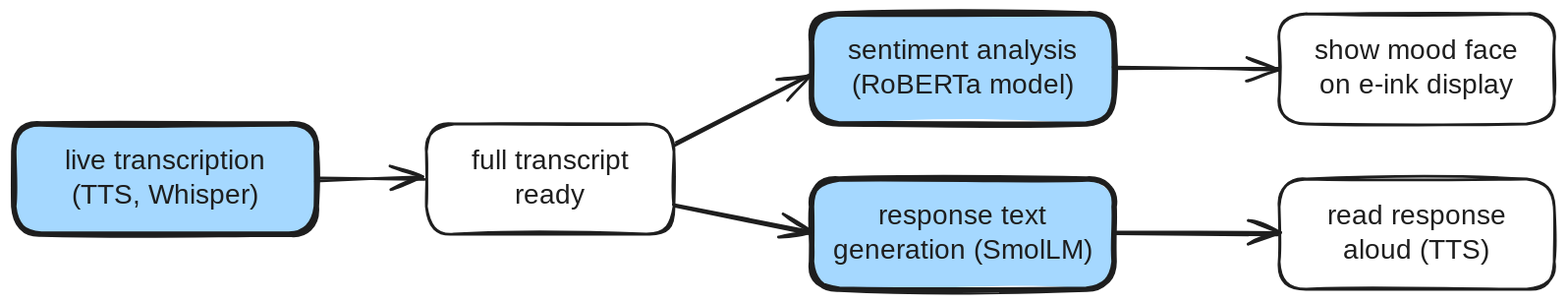
Earlier version of the Excalidraw export talks/moodbot-code-beam-europe-2025/public/img/moodbot-ml-pipeline.excalidraw.svg (croesnick/mood_bot). Source tidied: one line per element, renumbered; positions are measured from the earlier drawing's top-left corner, leaving out a move shared by most shapes.
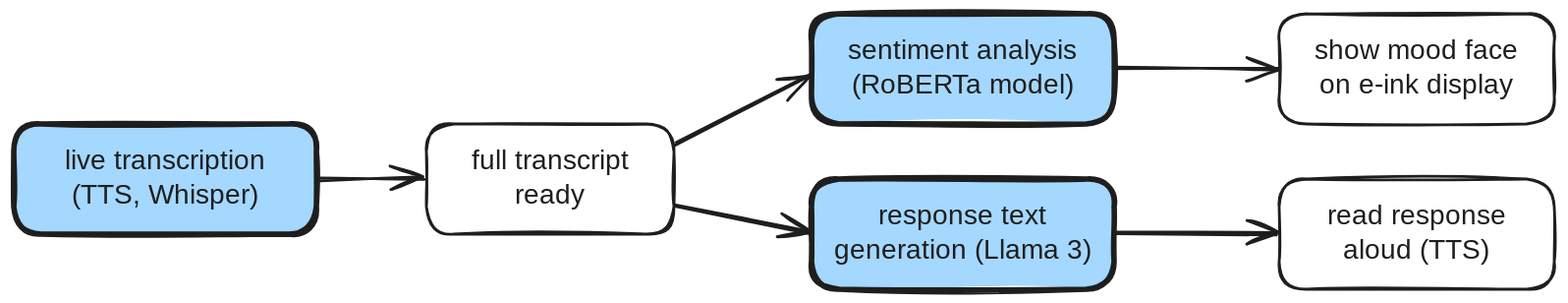
After the commit.

Change to the diagram source:
```diff
@@ -6,12 +6,12 @@
 {"id": 5, "type": "text", "text": "full transcript\nready", "strokeColor": "#1e1e1e", "strokeWidth": 2, "roughness": 1, "fontSize": 20, "fontFamily": 5, "textAlign": "center", "verticalAlign": "middle", "inside": 4, "x": 323, "y": 95, "width": 135, "height": 50}
 {"id": 6, "type": "arrow", "strokeColor": "#1e1e1e", "backgroundColor": "#a5d8ff", "fillStyle": "solid", "strokeWidth": 2, "roughness": 1, "endArrowhead": "arrow", "round": true, "from": 4, "to": 2, "x": 481, "y": 94, "width": 99, "height": 50, "points": [[0, 0], [99, -50]]}
 {"id": 7, "type": "rectangle", "strokeColor": "#1e1e1e", "backgroundColor": "#a5d8ff", "fillStyle": "solid", "strokeWidth": 4, "roughness": 1, "round": true, "x": 580, "y": 120, "width": 220, "height": 80}
-{"id": 8, "type": "text", "text": "response text\ngeneration (SmolLM)", "strokeColor": "#1e1e1e", "strokeWidth": 2, "roughness": 1, "fontSize": 20, "fontFamily": 5, "textAlign": "center", "verticalAlign": "middle", "inside": 7, "x": 593, "y": 135, "width": 194, "height": 50}
+{"id": 8, "type": "text", "text": "response text\ngeneration (Llama 3)", "strokeColor": "#1e1e1e", "strokeWidth": 2, "roughness": 1, "fontSize": 20, "fontFamily": 5, "textAlign": "center", "verticalAlign": "middle", "inside": 7, "x": 591, "y": 135, "width": 197, "height": 50}
-{"id": 9, "type": "arrow", "strokeColor": "#1e1e1e", "strokeWidth": 2, "roughness": 1, "endArrowhead": "arrow", "round": true, "from": 4, "to": 7, "x": 480, "y": 140, "width": 100, "height": 20, "points": [[0, 0], [100, 20]]}
+{"id": 9, "type": "arrow", "strokeColor": "#1e1e1e", "strokeWidth": 2, "roughness": 1, "endArrowhead": "arrow", "round": true, "from": 4, "to": 7, "x": 481, "y": 140, "width": 98, "height": 20, "points": [[0, 0], [98, 20]]}
 {"id": 10, "type": "rectangle", "strokeColor": "#1e1e1e", "strokeWidth": 2, "roughness": 1, "round": true, "x": 920, "y": 0, "width": 200, "height": 80}
 {"id": 11, "type": "text", "text": "show mood face\non e-ink display", "strokeColor": "#1e1e1e", "strokeWidth": 2, "roughness": 1, "fontSize": 20, "fontFamily": 5, "textAlign": "center", "verticalAlign": "middle", "inside": 10, "x": 942, "y": 15, "width": 156, "height": 50}
 {"id": 12, "type": "arrow", "strokeColor": "#1e1e1e", "strokeWidth": 2, "roughness": 1, "endArrowhead": "arrow", "round": true, "from": 2, "to": 10, "x": 801, "y": 40, "width": 118, "height": 0, "points": [[0, 0], [118, 0]]}
 {"id": 13, "type": "rectangle", "strokeColor": "#1e1e1e", "strokeWidth": 2, "roughness": 1, "round": true, "x": 920, "y": 120, "width": 200, "height": 80}
 {"id": 14, "type": "text", "text": "read response\naloud (TTS)", "strokeColor": "#1e1e1e", "strokeWidth": 2, "roughness": 1, "fontSize": 20, "fontFamily": 5, "textAlign": "center", "verticalAlign": "middle", "inside": 13, "x": 953, "y": 135, "width": 134, "height": 50}
-{"id": 15, "type": "arrow", "strokeColor": "#1e1e1e", "strokeWidth": 2, "roughness": 1, "endArrowhead": "arrow", "round": true, "from": 7, "to": 13, "x": 800, "y": 160, "width": 120, "height": 0, "points": [[0, 0], [120, 0]]}
+{"id": 15, "type": "arrow", "strokeColor": "#1e1e1e", "strokeWidth": 2, "roughness": 1, "endArrowhead": "arrow", "round": true, "from": 7, "to": 13, "x": 801, "y": 160, "width": 118, "height": 0, "points": [[0, 0], [118, 0]]}
 {"id": 16, "type": "arrow", "strokeColor": "#1e1e1e", "strokeWidth": 2, "roughness": 1, "endArrowhead": "arrow", "round": true, "from": 0, "to": 4, "x": 221, "y": 120, "width": 78, "height": 0, "points": [[0, 0], [78, 0]]}
```
